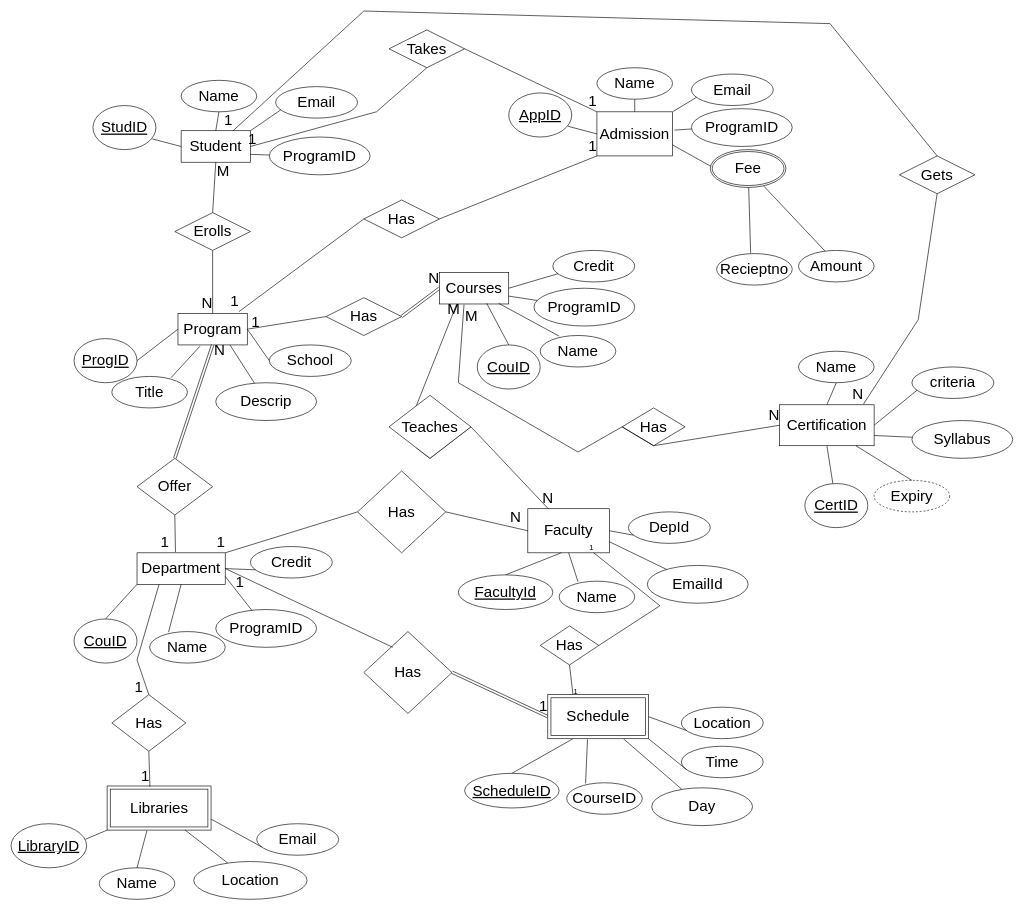
Above: page "Page-1" (1 of 2) of Untitled Diagram.drawio in JagbirSingh2553/Movies-Trailers (draw.io), before the change. Source tidied: cells renumbered, new cells numbered last; positions are measured from the earlier drawing's top-left corner, leaving out a move shared by most shapes. Both pictures are drawn from the tidied source at 63%, with x=0, y=0 at pixel (11, 11).
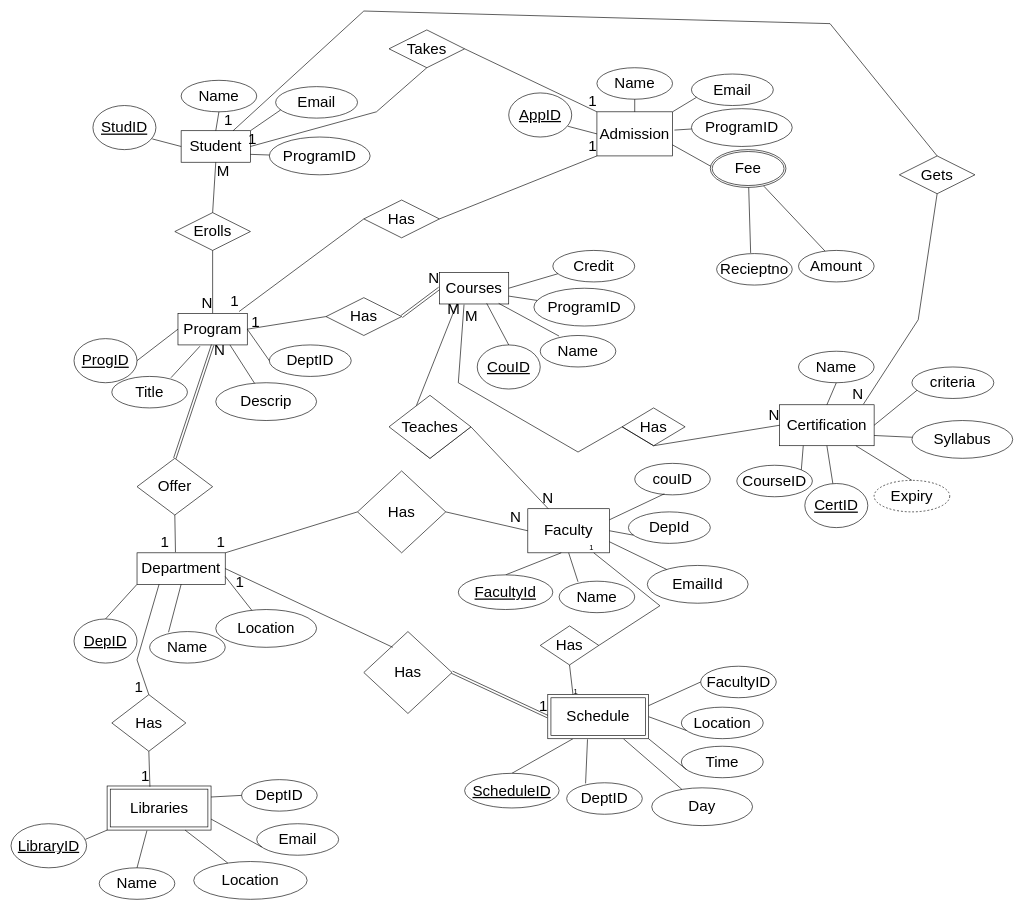
The same diagram, later.

The change refers to these unchanged cells:
```xml
<mxCell id="44" value="Department" style="whiteSpace=wrap;html=1;align=center;fontSize=24;" parent="1" vertex="1">
  <mxGeometry x="200" y="860" width="140" height="50" as="geometry" />
</mxCell>
<mxCell id="54" value="Faculty" style="whiteSpace=wrap;html=1;align=center;fontSize=24;" parent="1" vertex="1">
  <mxGeometry x="820.3" y="790" width="129.7" height="70" as="geometry" />
</mxCell>
<mxCell id="88" value="Schedule" style="shape=ext;margin=3;double=1;whiteSpace=wrap;html=1;align=center;fontSize=24;" parent="1" vertex="1">
  <mxGeometry x="852" y="1085.1" width="160" height="70" as="geometry" />
</mxCell>
<mxCell id="114" value="Libraries" style="shape=ext;margin=3;double=1;whiteSpace=wrap;html=1;align=center;fontSize=24;" parent="1" vertex="1">
  <mxGeometry x="152.5" y="1230.1" width="165" height="70" as="geometry" />
</mxCell>
<mxCell id="128" value="Certification" style="whiteSpace=wrap;html=1;align=center;fontSize=24;" parent="1" vertex="1">
  <mxGeometry x="1220" y="625" width="150" height="65" as="geometry" />
</mxCell>
```

Change to the diagram source:
```diff
@@
-    <mxCell id="21" value="School" style="ellipse;whiteSpace=wrap;html=1;align=center;fontSize=24;" parent="1" vertex="1">
+    <mxCell id="21" value="DeptID" style="ellipse;whiteSpace=wrap;html=1;align=center;fontSize=24;" parent="1" vertex="1">
       <mxGeometry x="410" y="530" width="130" height="50" as="geometry" />
     </mxCell>
@@
-    <mxCell id="46" value="CouID" style="ellipse;whiteSpace=wrap;html=1;align=center;fontStyle=4;fontSize=24;" parent="1" vertex="1">
+    <mxCell id="46" value="DepID" style="ellipse;whiteSpace=wrap;html=1;align=center;fontStyle=4;fontSize=24;" parent="1" vertex="1">
       <mxGeometry x="100" y="965" width="100" height="70" as="geometry" />
     </mxCell>
@@
-    <mxCell id="48" value="ProgramID" style="ellipse;whiteSpace=wrap;html=1;align=center;fontSize=24;" parent="1" vertex="1">
+    <mxCell id="48" value="Location" style="ellipse;whiteSpace=wrap;html=1;align=center;fontSize=24;" parent="1" vertex="1">
       <mxGeometry x="325" y="950" width="160" height="60" as="geometry" />
     </mxCell>
-    <mxCell id="49" value="Credit" style="ellipse;whiteSpace=wrap;html=1;align=center;fontSize=24;" parent="1" vertex="1">
-      <mxGeometry x="380" y="850" width="130" height="50" as="geometry" />
-    </mxCell>
@@
-    <mxCell id="52" style="endArrow=none;html=1;rounded=0;fontSize=24;exitX=1;exitY=0.5;exitDx=0;exitDy=0;entryX=0.062;entryY=0.74;entryDx=0;entryDy=0;entryPerimeter=0;" parent="1" edge="1" source="44" target="49">
-      <mxGeometry relative="1" as="geometry" />
-    </mxCell>
@@
-    <mxCell id="80" value="CourseID" style="ellipse;whiteSpace=wrap;html=1;align=center;fontSize=24;" parent="1" vertex="1">
+    <mxCell id="80" value="DeptID" style="ellipse;whiteSpace=wrap;html=1;align=center;fontSize=24;" parent="1" vertex="1">
       <mxGeometry x="882" y="1225" width="120" height="50" as="geometry" />
     </mxCell>
@@
+    <mxCell id="154" value="DeptID" style="ellipse;whiteSpace=wrap;html=1;align=center;fontSize=24;" parent="1" vertex="1">
+      <mxGeometry x="366" y="1220" width="120" height="50" as="geometry" />
+    </mxCell>
+    <mxCell id="155" style="endArrow=none;html=1;rounded=0;fontSize=24;entryX=1;entryY=0.25;entryDx=0;entryDy=0;exitX=0;exitY=0.5;exitDx=0;exitDy=0;" parent="1" edge="1" source="154" target="114">
+      <mxGeometry relative="1" as="geometry" />
+    </mxCell>
+    <mxCell id="156" value="FacultyID" style="ellipse;whiteSpace=wrap;html=1;align=center;fontSize=24;" parent="1" vertex="1">
+      <mxGeometry x="1094.7" y="1040" width="120" height="50" as="geometry" />
+    </mxCell>
+    <mxCell id="157" style="endArrow=none;html=1;rounded=0;fontSize=24;entryX=1;entryY=0.25;entryDx=0;entryDy=0;exitX=0;exitY=0.5;exitDx=0;exitDy=0;" parent="1" edge="1" source="156" target="88">
+      <mxGeometry relative="1" as="geometry" />
+    </mxCell>
+    <mxCell id="158" value="couID" style="ellipse;whiteSpace=wrap;html=1;align=center;fontSize=24;" parent="1" vertex="1">
+      <mxGeometry x="990" y="718" width="120" height="50" as="geometry" />
+    </mxCell>
+    <mxCell id="159" style="endArrow=none;html=1;rounded=0;fontSize=24;entryX=1;entryY=0.25;entryDx=0;entryDy=0;exitX=0.392;exitY=0.967;exitDx=0;exitDy=0;exitPerimeter=0;" parent="1" edge="1" source="158" target="54">
+      <mxGeometry relative="1" as="geometry" />
+    </mxCell>
+    <mxCell id="160" value="CourseID" style="ellipse;whiteSpace=wrap;html=1;align=center;fontSize=24;" parent="1" vertex="1">
+      <mxGeometry x="1152" y="721" width="120" height="50" as="geometry" />
+    </mxCell>
+    <mxCell id="161" style="endArrow=none;html=1;rounded=0;fontSize=24;entryX=0.25;entryY=1;entryDx=0;entryDy=0;exitX=1;exitY=0;exitDx=0;exitDy=0;" parent="1" edge="1" source="160" target="128">
+      <mxGeometry relative="1" as="geometry" />
+    </mxCell>
```
